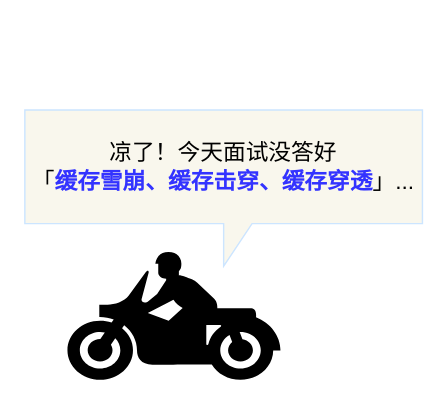
The draw.io diagram redis/缓存/面试开头.drawio in xiaolincoder/ImageHost4, before the edit. Source tidied: cells renumbered, new cells numbered last; positions are measured from the earlier drawing's top-left corner, leaving out a move shared by most shapes. Both pictures are drawn from the tidied source at 142%, with x=0, y=0 at pixel (24, 109).
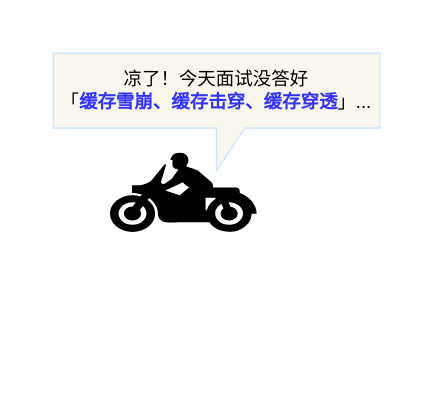
The same page after the edit.

Commit message (it also covers changes not shown here):
更新面试开头.drawio

Diff of the diagram source:
```diff
@@
 <mxGraphModel>
   <root>
     <mxCell id="0" />
     <mxCell id="1" parent="0" />
+    <mxCell id="4" style="group;" parent="1" vertex="1">
+      <mxGeometry x="10" y="-60" width="250" height="160" as="geometry" />
+    </mxCell>
-    <mxCell id="2" style="shape=mxgraph.signs.transportation.motorcycle;html=1;fillColor=#000000;strokeColor=none;verticalLabelPosition=bottom;verticalAlign=top;align=center;" parent="1" vertex="1">
-      <mxGeometry x="30" y="100" width="150" height="90" as="geometry" />
+    <mxCell id="2" style="shape=mxgraph.signs.transportation.motorcycle;html=1;fillColor=#000000;strokeColor=none;verticalLabelPosition=bottom;verticalAlign=top;align=center;" parent="4" vertex="1">
+      <mxGeometry x="50" y="90" width="103.2" height="55.8" as="geometry" />
     </mxCell>
-    <mxCell id="3" value="凉了！今天面试没答好&lt;br style=&quot;font-size: 16px&quot;&gt;「&lt;font color=&quot;#3333ff&quot;&gt;&lt;b&gt;缓存雪崩、缓存击穿、缓存穿透&lt;/b&gt;&lt;/font&gt;」..." style="shape=callout;whiteSpace=wrap;html=1;perimeter=calloutPerimeter;fontSize=16;fillColor=#f9f7ed;strokeColor=#CCE5FF;" parent="1" vertex="1">
-      <mxGeometry width="280" height="110" as="geometry" />
+    <mxCell id="3" value="凉了！今天面试没答好&lt;br style=&quot;font-size: 13px;&quot;&gt;「&lt;font color=&quot;#3333ff&quot; style=&quot;font-size: 13px;&quot;&gt;&lt;b style=&quot;font-size: 13px;&quot;&gt;缓存雪崩、缓存击穿、缓存穿透&lt;/b&gt;&lt;/font&gt;」..." style="shape=callout;whiteSpace=wrap;html=1;perimeter=calloutPerimeter;fontSize=13;fillColor=#f9f7ed;strokeColor=#CCE5FF;" parent="4" vertex="1">
+      <mxGeometry x="10" y="20" width="230" height="82.6" as="geometry" />
     </mxCell>
   </root>
 </mxGraphModel>
```
